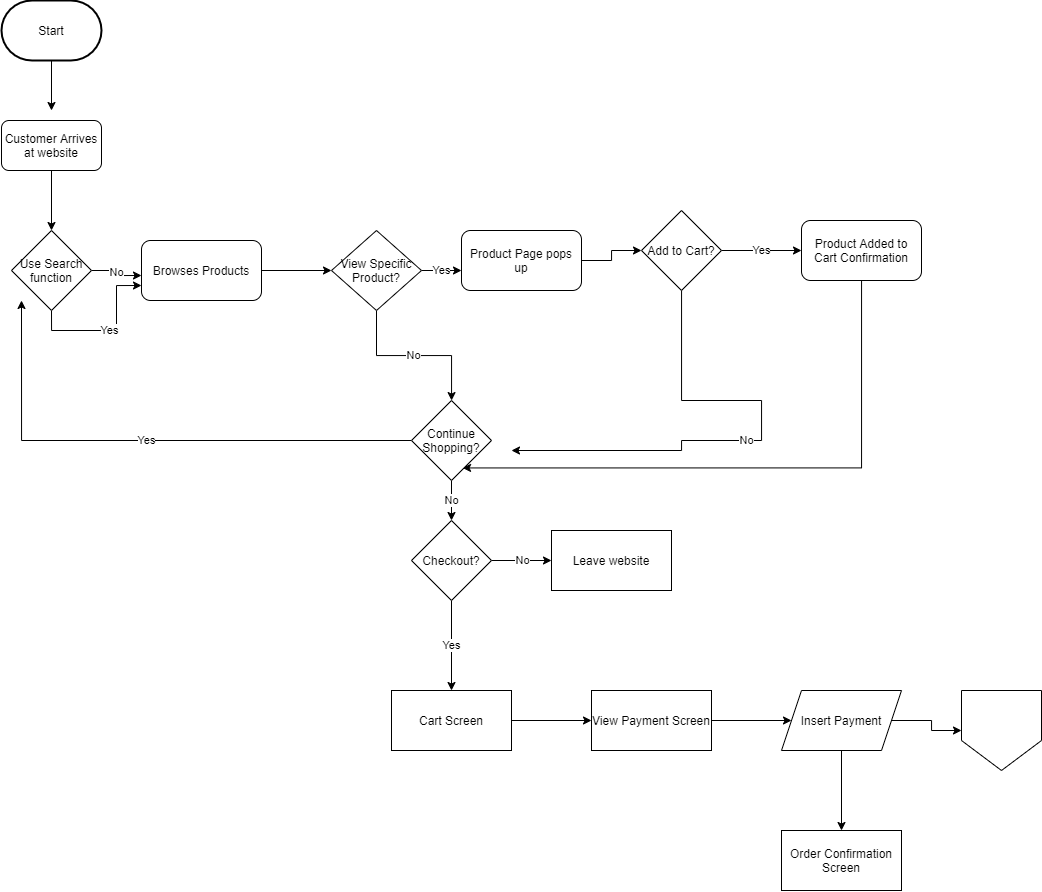
Above: explore/diagramming/diagram.drawio.png in nlpham/fa21-cse110-lab4 (draw.io), before the change. Source tidied: cells renumbered, new cells last; positions are measured from the earlier drawing's top-left corner, leaving out a move shared by most shapes. The source it was exported from:
```xml
<mxGraphModel>
  <root>
    <mxCell id="0" />
    <mxCell id="1" parent="0" />
    <mxCell id="2" style="edgeStyle=orthogonalEdgeStyle;rounded=0;jettySize=auto;html=1;exitX=0.5;exitY=1;exitDx=0;exitDy=0;exitPerimeter=0;" parent="1" edge="1" source="3">
      <mxGeometry relative="1" as="geometry">
        <mxPoint x="50" y="110" as="targetPoint" />
      </mxGeometry>
    </mxCell>
    <mxCell id="3" value="Start" style="strokeWidth=2;html=1;shape=mxgraph.flowchart.terminator;whiteSpace=wrap;" parent="1" vertex="1">
      <mxGeometry width="100" height="60" as="geometry" />
    </mxCell>
    <mxCell id="4" style="edgeStyle=orthogonalEdgeStyle;rounded=0;jettySize=auto;html=1;exitX=0.5;exitY=1;exitDx=0;exitDy=0;entryX=0.5;entryY=0;entryDx=0;entryDy=0;" parent="1" edge="1" source="5" target="8">
      <mxGeometry relative="1" as="geometry" />
    </mxCell>
    <mxCell id="5" value="Customer Arrives at website" style="rounded=1;whiteSpace=wrap;html=1;" parent="1" vertex="1">
      <mxGeometry y="120" width="100" height="50" as="geometry" />
    </mxCell>
    <mxCell id="6" value="No&lt;br&gt;" style="edgeStyle=orthogonalEdgeStyle;rounded=0;jettySize=auto;html=1;exitX=1;exitY=0.5;exitDx=0;exitDy=0;entryX=0;entryY=0.5;entryDx=0;entryDy=0;" parent="1" edge="1" source="8">
      <mxGeometry relative="1" as="geometry">
        <mxPoint x="140" y="275" as="targetPoint" />
      </mxGeometry>
    </mxCell>
    <mxCell id="7" value="Yes" style="edgeStyle=orthogonalEdgeStyle;rounded=0;jettySize=auto;html=1;exitX=0.5;exitY=1;exitDx=0;exitDy=0;entryX=0;entryY=0.75;entryDx=0;entryDy=0;" parent="1" edge="1" source="8" target="10">
      <mxGeometry relative="1" as="geometry" />
    </mxCell>
    <mxCell id="8" value="Use Search function" style="rhombus;whiteSpace=wrap;html=1;" parent="1" vertex="1">
      <mxGeometry x="10" y="230" width="80" height="80" as="geometry" />
    </mxCell>
    <mxCell id="9" style="edgeStyle=orthogonalEdgeStyle;rounded=0;jettySize=auto;html=1;exitX=1;exitY=0.5;exitDx=0;exitDy=0;entryX=0;entryY=0.5;entryDx=0;entryDy=0;" parent="1" edge="1" source="10" target="13">
      <mxGeometry relative="1" as="geometry" />
    </mxCell>
    <mxCell id="10" value="Browses Products" style="rounded=1;whiteSpace=wrap;html=1;" parent="1" vertex="1">
      <mxGeometry x="140" y="240" width="120" height="60" as="geometry" />
    </mxCell>
    <mxCell id="11" value="Yes" style="edgeStyle=orthogonalEdgeStyle;rounded=0;jettySize=auto;html=1;" parent="1" edge="1" source="13">
      <mxGeometry relative="1" as="geometry">
        <mxPoint x="460" y="270" as="targetPoint" />
      </mxGeometry>
    </mxCell>
    <mxCell id="12" value="No" style="edgeStyle=orthogonalEdgeStyle;rounded=0;jettySize=auto;html=1;" parent="1" edge="1" source="13" target="19">
      <mxGeometry relative="1" as="geometry" />
    </mxCell>
    <mxCell id="13" value="View Specific Product?" style="rhombus;whiteSpace=wrap;html=1;" parent="1" vertex="1">
      <mxGeometry x="330" y="230" width="90" height="80" as="geometry" />
    </mxCell>
    <mxCell id="14" value="Yes" style="edgeStyle=orthogonalEdgeStyle;rounded=0;jettySize=auto;html=1;" parent="1" edge="1" source="23" target="16">
      <mxGeometry relative="1" as="geometry" />
    </mxCell>
    <mxCell id="15" style="edgeStyle=orthogonalEdgeStyle;rounded=0;jettySize=auto;html=1;entryX=0.638;entryY=0.843;entryDx=0;entryDy=0;entryPerimeter=0;" parent="1" edge="1" source="16" target="19">
      <mxGeometry relative="1" as="geometry">
        <Array as="points">
          <mxPoint x="860" y="467" />
        </Array>
      </mxGeometry>
    </mxCell>
    <mxCell id="16" value="Product Added to Cart Confirmation" style="rounded=1;whiteSpace=wrap;html=1;" parent="1" vertex="1">
      <mxGeometry x="800" y="220" width="120" height="60" as="geometry" />
    </mxCell>
    <mxCell id="17" value="Yes" style="edgeStyle=orthogonalEdgeStyle;rounded=0;jettySize=auto;html=1;" parent="1" edge="1" source="19">
      <mxGeometry relative="1" as="geometry">
        <mxPoint x="20" y="300" as="targetPoint" />
      </mxGeometry>
    </mxCell>
    <mxCell id="18" value="No" style="edgeStyle=orthogonalEdgeStyle;rounded=0;jettySize=auto;html=1;" parent="1" edge="1" source="19" target="26">
      <mxGeometry relative="1" as="geometry" />
    </mxCell>
    <mxCell id="19" value="Continue Shopping?" style="rhombus;whiteSpace=wrap;html=1;" parent="1" vertex="1">
      <mxGeometry x="410" y="400" width="80" height="80" as="geometry" />
    </mxCell>
    <mxCell id="20" style="edgeStyle=orthogonalEdgeStyle;rounded=0;jettySize=auto;html=1;" parent="1" edge="1" source="21" target="23">
      <mxGeometry relative="1" as="geometry" />
    </mxCell>
    <mxCell id="21" value="Product Page pops up&lt;br&gt;" style="rounded=1;whiteSpace=wrap;html=1;" parent="1" vertex="1">
      <mxGeometry x="460" y="230" width="120" height="60" as="geometry" />
    </mxCell>
    <mxCell id="22" value="No" style="edgeStyle=orthogonalEdgeStyle;rounded=0;jettySize=auto;html=1;" parent="1" edge="1" source="23">
      <mxGeometry relative="1" as="geometry">
        <mxPoint x="510" y="450" as="targetPoint" />
        <Array as="points">
          <mxPoint x="680" y="400" />
          <mxPoint x="760" y="400" />
          <mxPoint x="760" y="440" />
          <mxPoint x="680" y="440" />
        </Array>
      </mxGeometry>
    </mxCell>
    <mxCell id="23" value="Add to Cart?" style="rhombus;whiteSpace=wrap;html=1;" parent="1" vertex="1">
      <mxGeometry x="640" y="210" width="80" height="80" as="geometry" />
    </mxCell>
    <mxCell id="24" value="No" style="edgeStyle=orthogonalEdgeStyle;rounded=0;jettySize=auto;html=1;" parent="1" edge="1" source="26" target="27">
      <mxGeometry relative="1" as="geometry" />
    </mxCell>
    <mxCell id="25" value="Yes" style="edgeStyle=orthogonalEdgeStyle;rounded=0;jettySize=auto;html=1;" parent="1" edge="1" source="26" target="29">
      <mxGeometry relative="1" as="geometry" />
    </mxCell>
    <mxCell id="26" value="Checkout?" style="rhombus;whiteSpace=wrap;html=1;" parent="1" vertex="1">
      <mxGeometry x="410" y="520" width="80" height="80" as="geometry" />
    </mxCell>
    <mxCell id="27" value="Leave website" style="whiteSpace=wrap;html=1;" parent="1" vertex="1">
      <mxGeometry x="550" y="530" width="120" height="60" as="geometry" />
    </mxCell>
    <mxCell id="28" style="edgeStyle=orthogonalEdgeStyle;rounded=0;jettySize=auto;html=1;" parent="1" edge="1" source="29" target="31">
      <mxGeometry relative="1" as="geometry" />
    </mxCell>
    <mxCell id="29" value="Cart Screen" style="whiteSpace=wrap;html=1;" parent="1" vertex="1">
      <mxGeometry x="390" y="690" width="120" height="60" as="geometry" />
    </mxCell>
    <mxCell id="30" style="edgeStyle=orthogonalEdgeStyle;rounded=0;jettySize=auto;html=1;" parent="1" edge="1" source="31">
      <mxGeometry relative="1" as="geometry">
        <mxPoint x="790" y="720" as="targetPoint" />
      </mxGeometry>
    </mxCell>
    <mxCell id="31" value="View Payment Screen" style="whiteSpace=wrap;html=1;" parent="1" vertex="1">
      <mxGeometry x="590" y="690" width="120" height="60" as="geometry" />
    </mxCell>
    <mxCell id="32" style="edgeStyle=orthogonalEdgeStyle;rounded=0;jettySize=auto;html=1;" parent="1" edge="1" source="34" target="35">
      <mxGeometry relative="1" as="geometry" />
    </mxCell>
    <mxCell id="33" style="edgeStyle=orthogonalEdgeStyle;rounded=0;jettySize=auto;html=1;" parent="1" edge="1" source="34" target="36">
      <mxGeometry relative="1" as="geometry" />
    </mxCell>
    <mxCell id="34" value="Insert Payment" style="shape=parallelogram;perimeter=parallelogramPerimeter;whiteSpace=wrap;html=1;fixedSize=1;" parent="1" vertex="1">
      <mxGeometry x="780" y="690" width="120" height="60" as="geometry" />
    </mxCell>
    <mxCell id="35" value="Order Confirmation Screen&lt;br&gt;" style="whiteSpace=wrap;html=1;" parent="1" vertex="1">
      <mxGeometry x="780" y="830" width="120" height="60" as="geometry" />
    </mxCell>
    <mxCell id="36" style="shape=offPageConnector;whiteSpace=wrap;html=1;size=0.37500000000000566;" parent="1" vertex="1">
      <mxGeometry x="960" y="690" width="80" height="80" as="geometry" />
    </mxCell>
  </root>
</mxGraphModel>
```
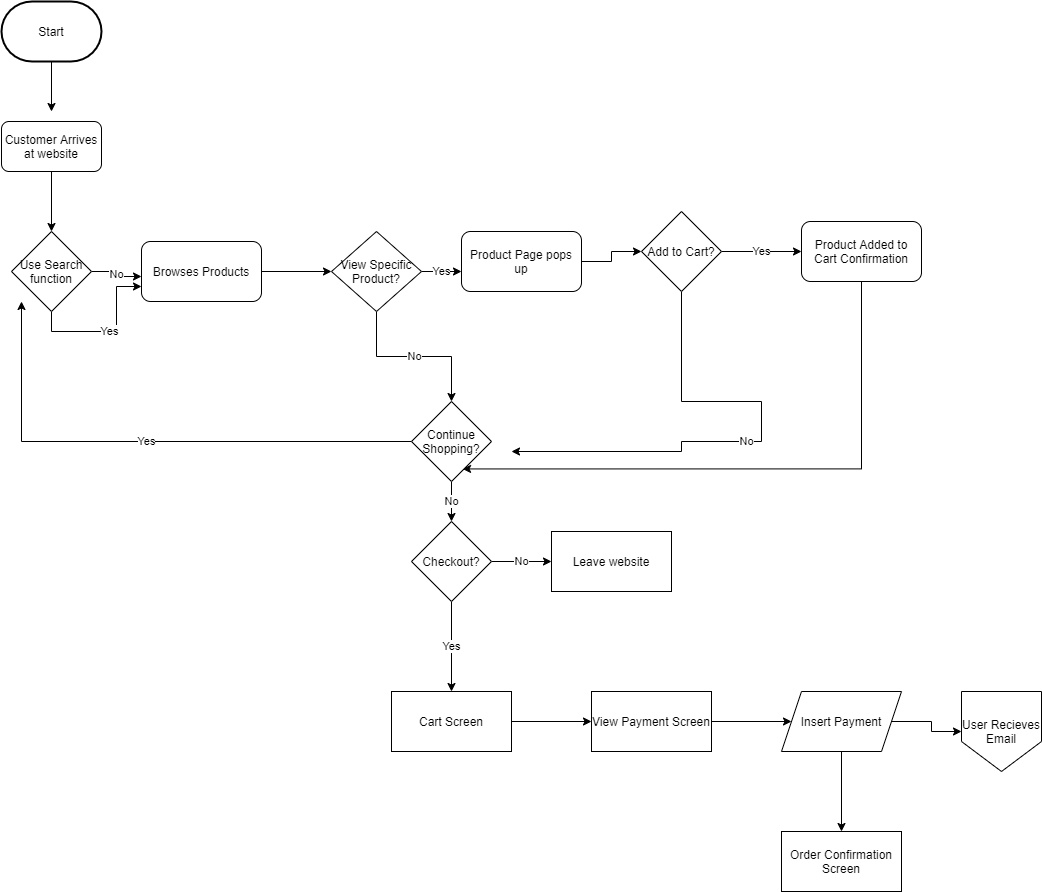
After the change.

Commit message:
Fixed User Email Error on Flowchart

Diff of the diagram source:
```diff
@@ -126,7 +126,7 @@
     <mxCell id="35" value="Order Confirmation Screen&lt;br&gt;" style="whiteSpace=wrap;html=1;" parent="1" vertex="1">
       <mxGeometry x="780" y="830" width="120" height="60" as="geometry" />
     </mxCell>
-    <mxCell id="36" style="shape=offPageConnector;whiteSpace=wrap;html=1;size=0.37500000000000566;" parent="1" vertex="1">
+    <mxCell id="36" value="User Recieves Email" style="shape=offPageConnector;whiteSpace=wrap;html=1;size=0.37500000000000566;" parent="1" vertex="1">
       <mxGeometry x="960" y="690" width="80" height="80" as="geometry" />
     </mxCell>
   </root>
```
